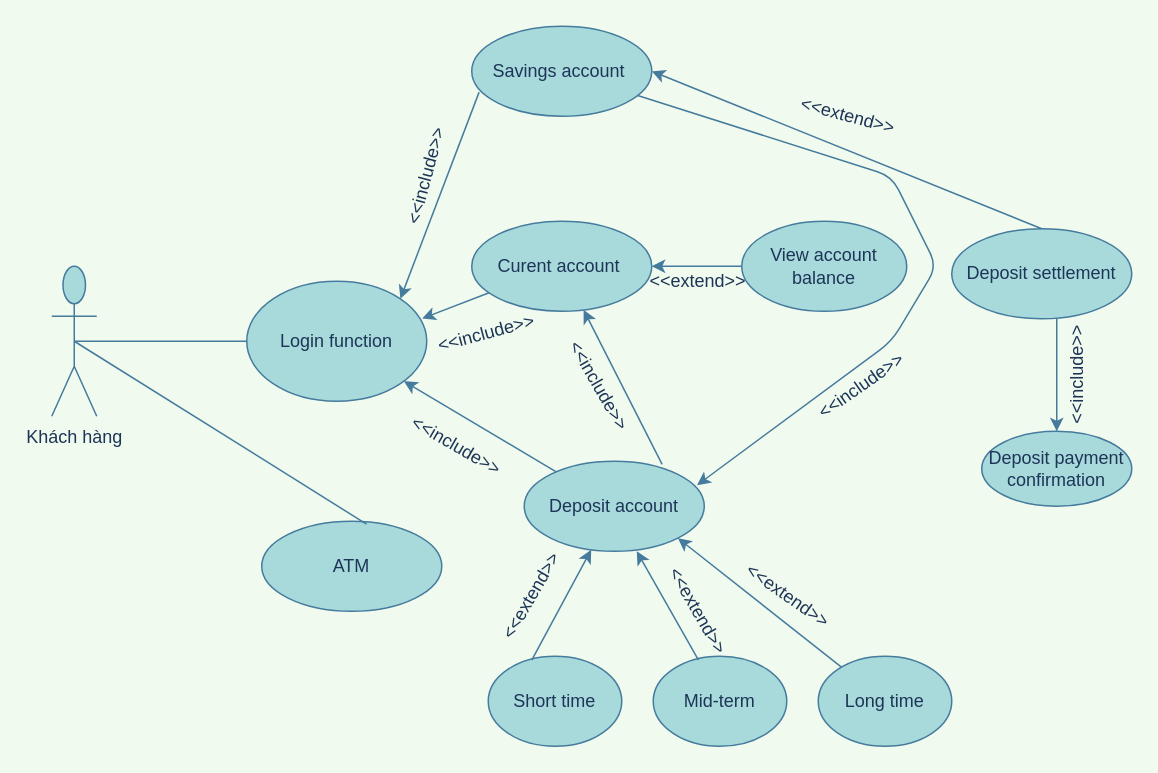
truongflute/truongflute.github.io keeps this draw.io diagram as img/Bai1.drawio. Above is the earlier version. Source tidied: cells renumbered, new cells numbered last; positions are measured from the earlier drawing's top-left corner, leaving out a move shared by most shapes. Both pictures are drawn from the tidied source at 150%, with x=0, y=0 at pixel (51, 26).
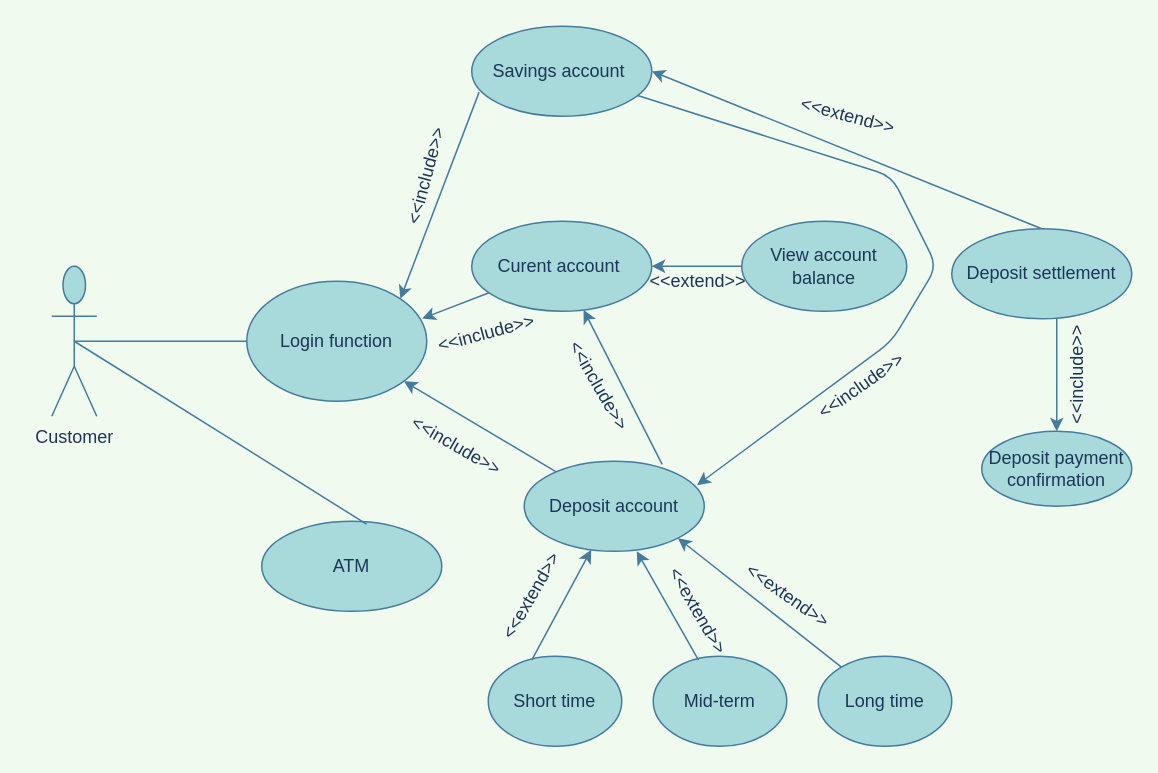
Above is the later version.

The edit, as a diff of the source:
```diff
@@
-    <mxCell id="2" value="Khách hàng" style="shape=umlActor;verticalLabelPosition=bottom;verticalAlign=top;html=1;outlineConnect=0;fillColor=#A8DADC;strokeColor=#457B9D;fontColor=#1D3557;" parent="1" vertex="1">
+    <mxCell id="2" value="Customer" style="shape=umlActor;verticalLabelPosition=bottom;verticalAlign=top;html=1;outlineConnect=0;fillColor=#A8DADC;strokeColor=#457B9D;fontColor=#1D3557;" parent="1" vertex="1">
       <mxGeometry y="160" width="30" height="100" as="geometry" />
     </mxCell>
```
